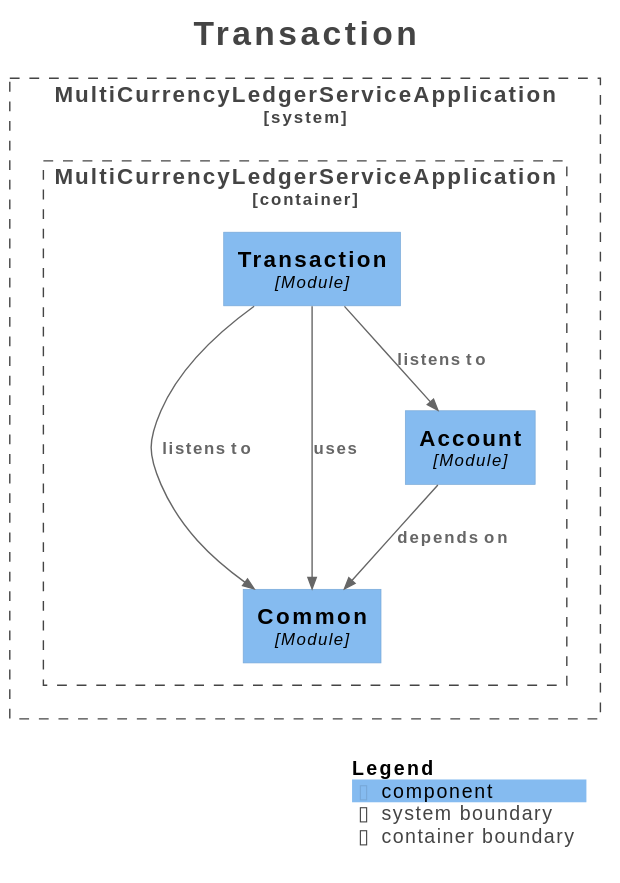
RaonJena99/multi-currency-ledger-service keeps this PlantUML diagram as docs/architecture/modulith/module-transaction.svg. Above is the earlier version.
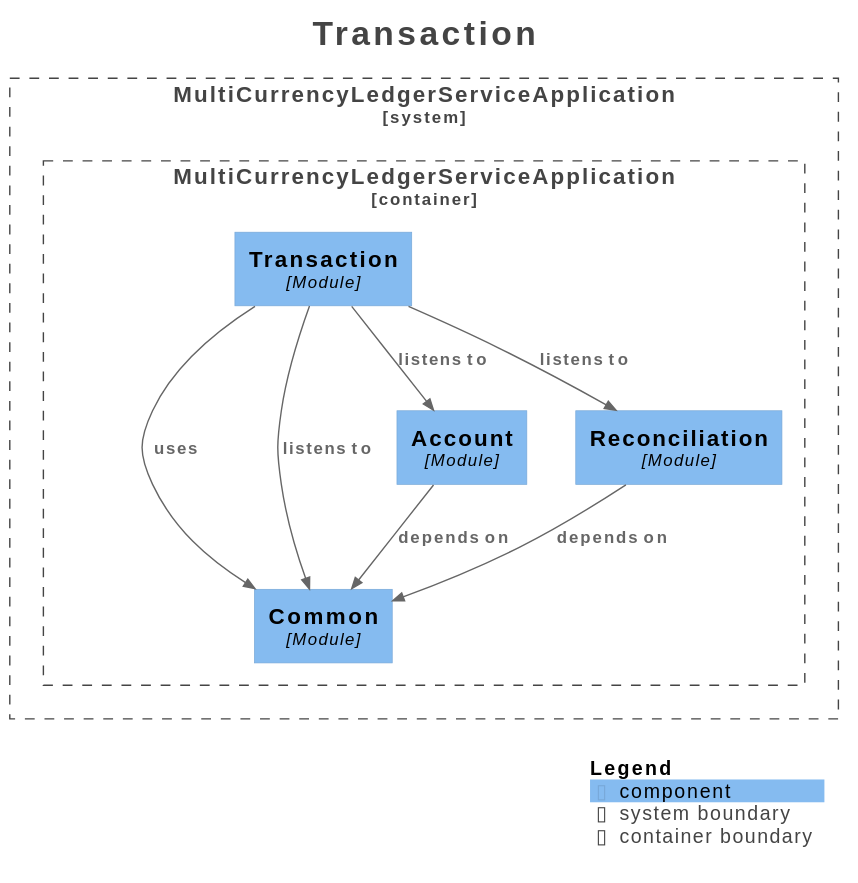
Above is the later version.

Diff of the diagram source:
```diff
@@ -19,15 +19,18 @@
   Container_Boundary("MultiCurrencyLedgerServiceApplication.MultiCurrencyLedgerServiceApplication_boundary", "MultiCurrencyLedgerServiceApplication", $tags="") {
     Component(MultiCurrencyLedgerServiceApplication.MultiCurrencyLedgerServiceApplication.Common, "Common", $techn="Module", $descr="", $tags="", $link="")
     Component(MultiCurrencyLedgerServiceApplication.MultiCurrencyLedgerServiceApplication.Account, "Account", $techn="Module", $descr="", $tags="", $link="")
+    Component(MultiCurrencyLedgerServiceApplication.MultiCurrencyLedgerServiceApplication.Reconciliation, "Reconciliation", $techn="Module", $descr="", $tags="", $link="")
     Component(MultiCurrencyLedgerServiceApplication.MultiCurrencyLedgerServiceApplication.Transaction, "Transaction", $techn="Module", $descr="", $tags="", $link="")
   }
 
 }
 
 Rel(MultiCurrencyLedgerServiceApplication.MultiCurrencyLedgerServiceApplication.Transaction, MultiCurrencyLedgerServiceApplication.MultiCurrencyLedgerServiceApplication.Account, "listens to", $techn="", $tags="", $link="")
+Rel(MultiCurrencyLedgerServiceApplication.MultiCurrencyLedgerServiceApplication.Transaction, MultiCurrencyLedgerServiceApplication.MultiCurrencyLedgerServiceApplication.Reconciliation, "listens to", $techn="", $tags="", $link="")
+Rel(MultiCurrencyLedgerServiceApplication.MultiCurrencyLedgerServiceApplication.Transaction, MultiCurrencyLedgerServiceApplication.MultiCurrencyLedgerServiceApplication.Common, "uses", $techn="", $tags="", $link="")
+Rel(MultiCurrencyLedgerServiceApplication.MultiCurrencyLedgerServiceApplication.Reconciliation, MultiCurrencyLedgerServiceApplication.MultiCurrencyLedgerServiceApplication.Common, "depends on", $techn="", $tags="", $link="")
+Rel(MultiCurrencyLedgerServiceApplication.MultiCurrencyLedgerServiceApplication.Account, MultiCurrencyLedgerServiceApplication.MultiCurrencyLedgerServiceApplication.Common, "depends on", $techn="", $tags="", $link="")
 Rel(MultiCurrencyLedgerServiceApplication.MultiCurrencyLedgerServiceApplication.Transaction, MultiCurrencyLedgerServiceApplication.MultiCurrencyLedgerServiceApplication.Common, "listens to", $techn="", $tags="", $link="")
-Rel(MultiCurrencyLedgerServiceApplication.MultiCurrencyLedgerServiceApplication.Transaction, MultiCurrencyLedgerServiceApplication.MultiCurrencyLedgerServiceApplication.Common, "uses", $techn="", $tags="", $link="")
-Rel(MultiCurrencyLedgerServiceApplication.MultiCurrencyLedgerServiceApplication.Account, MultiCurrencyLedgerServiceApplication.MultiCurrencyLedgerServiceApplication.Common, "depends on", $techn="", $tags="", $link="")
 
 SHOW_LEGEND(true)
 hide stereotypes
```
